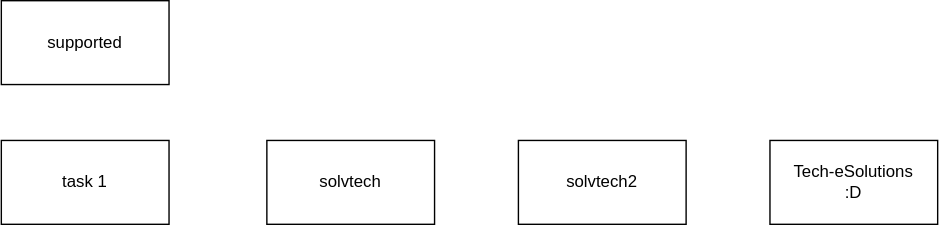
This is systems_analysis/eva2/crear-env-vars-gitbash-windows.drawio.svg from cdvelop/aiep, a draw.io export, as it was before one commit. Source tidied: cells renumbered, new cells last; positions are measured from the earlier drawing's top-left corner, leaving out a move shared by most shapes.
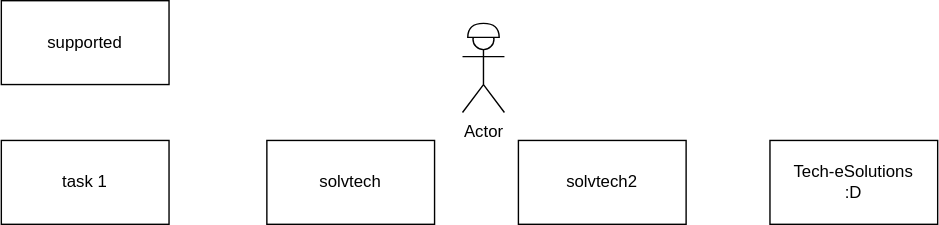
The same file after the commit.

The edit, as a diff of the source:
```diff
@@ -14,8 +14,14 @@
     <mxCell id="5" value="&lt;div&gt;Tech-eSolutions&lt;/div&gt;&lt;div&gt;:D&lt;/div&gt;" style="rounded=0;whiteSpace=wrap;html=1;" parent="1" vertex="1">
       <mxGeometry x="550" y="100" width="120" height="60" as="geometry" />
     </mxCell>
+    <mxCell id="7" value="Actor" style="shape=umlActor;verticalLabelPosition=bottom;verticalAlign=top;html=1;" parent="1" vertex="1">
+      <mxGeometry x="330" y="20" width="30" height="60" as="geometry" />
+    </mxCell>
     <mxCell id="6" value="supported" style="rounded=0;whiteSpace=wrap;html=1;" parent="1" vertex="1">
       <mxGeometry width="120" height="60" as="geometry" />
     </mxCell>
+    <mxCell id="8" style="shape=or;whiteSpace=wrap;html=1;rotation=-90;" parent="1" vertex="1">
+      <mxGeometry x="340" y="10" width="10" height="22.5" as="geometry" />
+    </mxCell>
   </root>
 </mxGraphModel>
```
